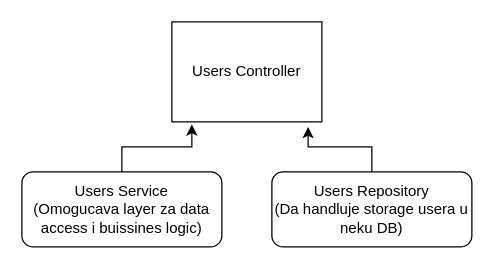
The draw.io diagram used-cars.drawio in aleksandarLazic1998/nest-used-cars-api, before the edit. Source tidied: cells renumbered, new cells numbered last; positions are measured from the earlier drawing's top-left corner, leaving out a move shared by most shapes. Both pictures are drawn from the tidied source at 125%, with x=0, y=0 at pixel (21, 21).
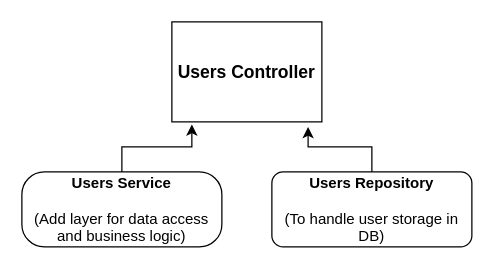
Above is the later version.

The edit, as a diff of the source:
```diff
@@
 <mxGraphModel>
   <root>
     <mxCell id="0" />
     <mxCell id="1" parent="0" />
-    <mxCell id="2" value="Users Controller" style="rounded=0;whiteSpace=wrap;html=1;" parent="1" vertex="1">
+    <mxCell id="2" value="&lt;b&gt;&lt;font style=&quot;font-size: 14px;&quot;&gt;Users Controller&lt;/font&gt;&lt;/b&gt;" style="rounded=0;whiteSpace=wrap;html=1;" parent="1" vertex="1">
       <mxGeometry x="120" width="120" height="80" as="geometry" />
     </mxCell>
     <mxCell id="3" style="edgeStyle=orthogonalEdgeStyle;rounded=0;jettySize=auto;html=1;exitX=0.5;exitY=0;exitDx=0;exitDy=0;entryX=0.133;entryY=1.025;entryDx=0;entryDy=0;entryPerimeter=0;" parent="1" edge="1" source="4" target="2">
       <mxGeometry relative="1" as="geometry" />
     </mxCell>
-    <mxCell id="4" value="Users Service&lt;br&gt;(Omogucava layer za data access i buissines logic)" style="rounded=1;whiteSpace=wrap;html=1;" parent="1" vertex="1">
+    <mxCell id="4" value="&lt;b&gt;Users Service&lt;br&gt;&lt;br&gt;&lt;/b&gt;(Add layer for data access and business logic)" style="rounded=1;whiteSpace=wrap;html=1;arcSize=30;" parent="1" vertex="1">
       <mxGeometry y="120" width="160" height="60" as="geometry" />
     </mxCell>
     <mxCell id="5" style="edgeStyle=orthogonalEdgeStyle;rounded=0;jettySize=auto;html=1;entryX=0.908;entryY=1.05;entryDx=0;entryDy=0;entryPerimeter=0;" parent="1" edge="1" source="6" target="2">
       <mxGeometry relative="1" as="geometry" />
     </mxCell>
-    <mxCell id="6" value="Users Repository&lt;br&gt;(Da handluje storage usera u neku DB)" style="rounded=1;whiteSpace=wrap;html=1;" parent="1" vertex="1">
+    <mxCell id="6" value="&lt;b&gt;Users Repository&lt;br&gt;&lt;br&gt;&lt;/b&gt;(To handle user storage in DB)" style="rounded=1;whiteSpace=wrap;html=1;" parent="1" vertex="1">
       <mxGeometry x="200" y="120" width="160" height="60" as="geometry" />
     </mxCell>
   </root>
 </mxGraphModel>
```
